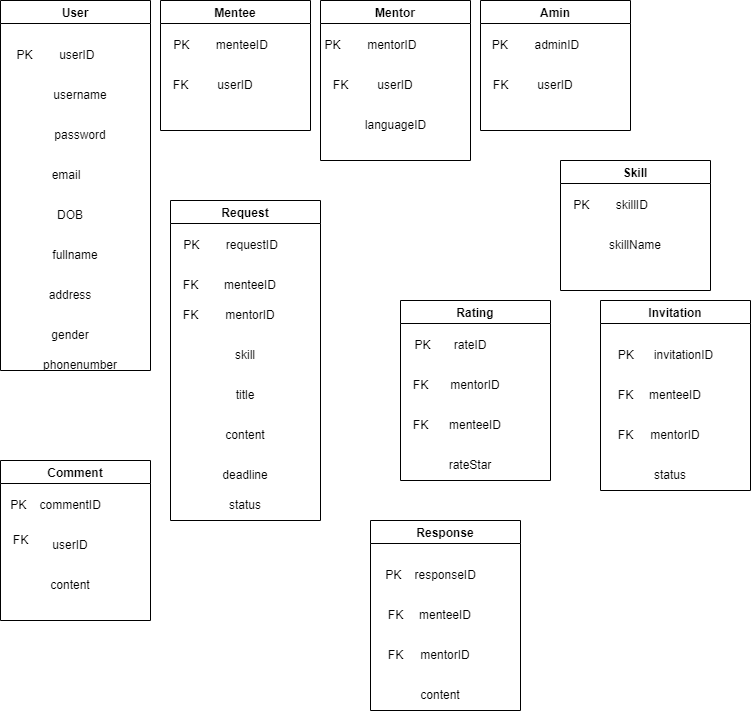
This is HappyProgramming_DB.drawio.png from dungdt23/SWP391_Document, a draw.io export, as it was before one commit. Source tidied: cells renumbered, new cells last; positions are measured from the earlier drawing's top-left corner, leaving out a move shared by most shapes.
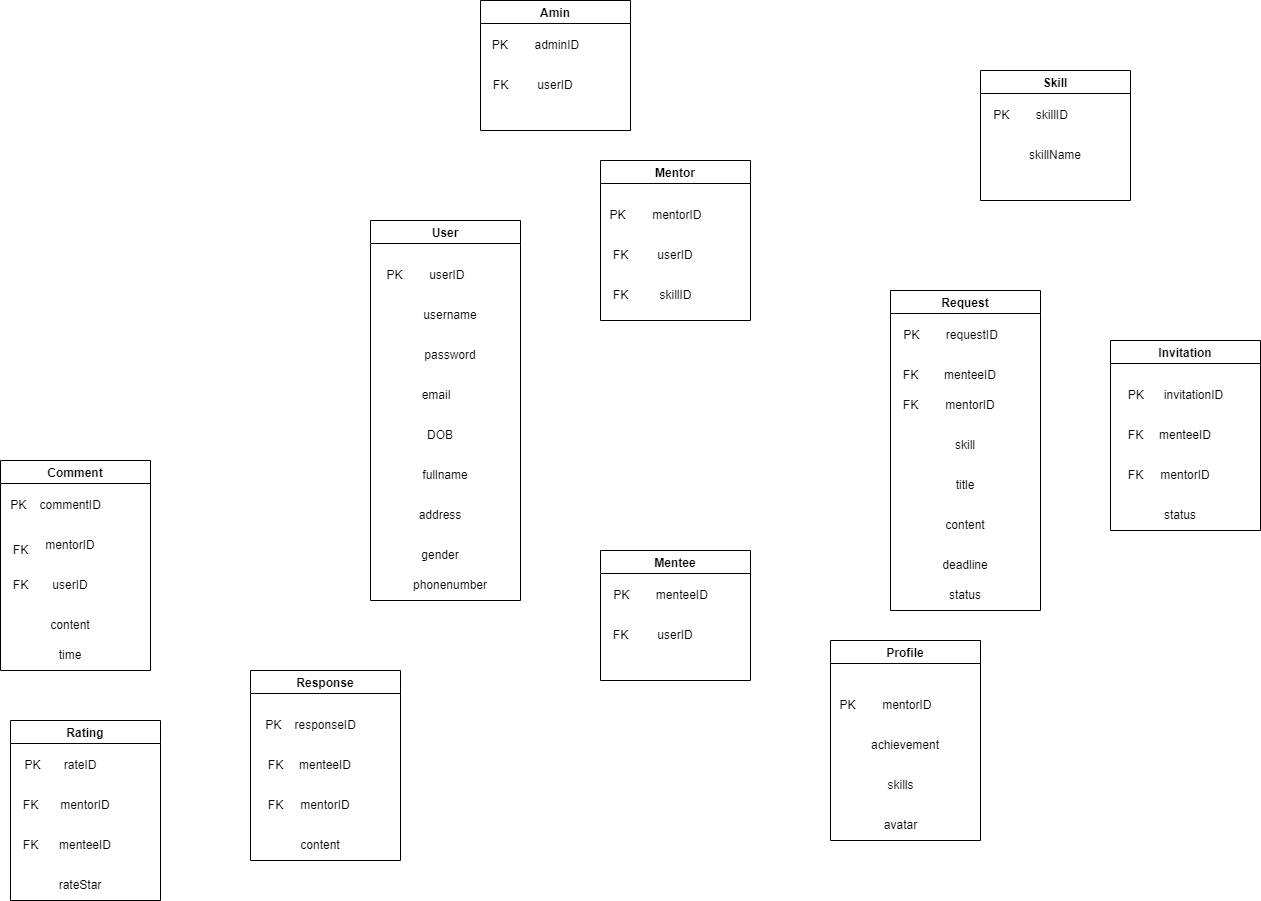
Above is the later version.

What changed in the source:
```diff
@@ -3,7 +3,7 @@
     <mxCell id="0" />
     <mxCell id="1" parent="0" />
     <mxCell id="2" value="User" style="swimlane;" parent="1" vertex="1">
-      <mxGeometry width="150" height="370" as="geometry" />
+      <mxGeometry x="370" y="220" width="150" height="380" as="geometry" />
     </mxCell>
     <mxCell id="3" value="PK&amp;nbsp;&amp;nbsp;&amp;nbsp;&amp;nbsp;&amp;nbsp;&amp;nbsp;&amp;nbsp; userID" style="text;html=1;align=center;verticalAlign=middle;strokeColor=none;fillColor=none;" parent="2" vertex="1">
       <mxGeometry x="5" y="40" width="100" height="30" as="geometry" />
@@ -45,7 +45,7 @@
       <mxGeometry y="70" width="40" height="30" as="geometry" />
     </mxCell>
     <mxCell id="16" value="Mentee" style="swimlane;" parent="1" vertex="1">
-      <mxGeometry x="160" width="150" height="130" as="geometry" />
+      <mxGeometry x="600" y="550" width="150" height="130" as="geometry" />
     </mxCell>
     <mxCell id="17" value="PK&amp;nbsp;&amp;nbsp;&amp;nbsp;&amp;nbsp;&amp;nbsp;&amp;nbsp;&amp;nbsp; menteeID" style="text;html=1;align=center;verticalAlign=middle;strokeColor=none;fillColor=none;" parent="16" vertex="1">
       <mxGeometry y="30" width="120" height="30" as="geometry" />
@@ -57,22 +57,25 @@
       <mxGeometry y="70" width="40" height="30" as="geometry" />
     </mxCell>
     <mxCell id="20" value="Mentor" style="swimlane;" parent="1" vertex="1">
-      <mxGeometry x="320" width="150" height="160" as="geometry" />
+      <mxGeometry x="600" y="160" width="150" height="160" as="geometry" />
     </mxCell>
     <mxCell id="21" value="PK&amp;nbsp;&amp;nbsp;&amp;nbsp;&amp;nbsp;&amp;nbsp;&amp;nbsp;&amp;nbsp; mentorID" style="text;html=1;align=center;verticalAlign=middle;strokeColor=none;fillColor=none;" parent="20" vertex="1">
-      <mxGeometry x="-5" y="30" width="110" height="30" as="geometry" />
+      <mxGeometry y="40" width="110" height="30" as="geometry" />
     </mxCell>
     <mxCell id="22" value="userID" style="text;html=1;strokeColor=none;fillColor=none;align=center;verticalAlign=middle;whiteSpace=wrap;rounded=0;" parent="20" vertex="1">
-      <mxGeometry x="45" y="70" width="60" height="30" as="geometry" />
+      <mxGeometry x="45" y="80" width="60" height="30" as="geometry" />
     </mxCell>
     <mxCell id="23" value="FK" style="text;html=1;align=center;verticalAlign=middle;strokeColor=none;fillColor=none;" parent="20" vertex="1">
-      <mxGeometry y="70" width="40" height="30" as="geometry" />
+      <mxGeometry y="80" width="40" height="30" as="geometry" />
     </mxCell>
-    <mxCell id="24" value="languageID" style="text;html=1;align=center;verticalAlign=middle;strokeColor=none;fillColor=none;" parent="20" vertex="1">
-      <mxGeometry x="30" y="110" width="90" height="30" as="geometry" />
+    <mxCell id="24" value="skillID" style="text;html=1;align=center;verticalAlign=middle;strokeColor=none;fillColor=none;" parent="20" vertex="1">
+      <mxGeometry x="45" y="120" width="60" height="30" as="geometry" />
     </mxCell>
+    <mxCell id="65" value="FK" style="text;html=1;align=center;verticalAlign=middle;strokeColor=none;fillColor=none;" parent="20" vertex="1">
+      <mxGeometry y="120" width="40" height="30" as="geometry" />
+    </mxCell>
     <mxCell id="25" value="Skill" style="swimlane;startSize=23;" parent="1" vertex="1">
-      <mxGeometry x="560" y="160" width="150" height="130" as="geometry" />
+      <mxGeometry x="980" y="70" width="150" height="130" as="geometry" />
     </mxCell>
     <mxCell id="26" value="PK&amp;nbsp; &amp;nbsp; &amp;nbsp; &amp;nbsp; skillID" style="text;html=1;align=center;verticalAlign=middle;strokeColor=none;fillColor=none;" parent="25" vertex="1">
       <mxGeometry y="30" width="100" height="30" as="geometry" />
@@ -81,7 +84,7 @@
       <mxGeometry x="45" y="70" width="60" height="30" as="geometry" />
     </mxCell>
     <mxCell id="28" value="Request" style="swimlane;" parent="1" vertex="1">
-      <mxGeometry x="170" y="200" width="150" height="320" as="geometry" />
+      <mxGeometry x="890" y="290" width="150" height="320" as="geometry" />
     </mxCell>
     <mxCell id="29" value="PK&amp;nbsp;&amp;nbsp;&amp;nbsp;&amp;nbsp;&amp;nbsp;&amp;nbsp;&amp;nbsp; requestID" style="text;html=1;align=center;verticalAlign=middle;strokeColor=none;fillColor=none;" parent="28" vertex="1">
       <mxGeometry y="30" width="120" height="30" as="geometry" />
@@ -114,7 +117,7 @@
       <mxGeometry x="45" y="140" width="60" height="30" as="geometry" />
     </mxCell>
     <mxCell id="39" value="Rating" style="swimlane;" parent="1" vertex="1">
-      <mxGeometry x="400" y="300" width="150" height="180" as="geometry" />
+      <mxGeometry x="10" y="720" width="150" height="180" as="geometry" />
     </mxCell>
     <mxCell id="40" value="PK&amp;nbsp;&amp;nbsp;&amp;nbsp;&amp;nbsp;&amp;nbsp;&amp;nbsp; rateID" style="text;html=1;align=center;verticalAlign=middle;strokeColor=none;fillColor=none;" parent="39" vertex="1">
       <mxGeometry x="5" y="30" width="90" height="30" as="geometry" />
@@ -135,7 +138,7 @@
       <mxGeometry x="40" y="150" width="60" height="30" as="geometry" />
     </mxCell>
     <mxCell id="46" value="Invitation" style="swimlane;" parent="1" vertex="1">
-      <mxGeometry x="600" y="300" width="150" height="190" as="geometry" />
+      <mxGeometry x="1110" y="340" width="150" height="190" as="geometry" />
     </mxCell>
     <mxCell id="47" value="PK&amp;nbsp; &amp;nbsp; &amp;nbsp; invitationID" style="text;html=1;align=center;verticalAlign=middle;strokeColor=none;fillColor=none;" parent="46" vertex="1">
       <mxGeometry x="5" y="40" width="120" height="30" as="geometry" />
@@ -156,7 +159,7 @@
       <mxGeometry x="40" y="160" width="60" height="30" as="geometry" />
     </mxCell>
     <mxCell id="53" value="Response" style="swimlane;" parent="1" vertex="1">
-      <mxGeometry x="370" y="520" width="150" height="190" as="geometry" />
+      <mxGeometry x="250" y="670" width="150" height="190" as="geometry" />
     </mxCell>
     <mxCell id="54" value="PK&amp;nbsp; &amp;nbsp; responseID" style="text;html=1;align=center;verticalAlign=middle;strokeColor=none;fillColor=none;" parent="53" vertex="1">
       <mxGeometry x="5" y="40" width="110" height="30" as="geometry" />
@@ -177,19 +180,43 @@
       <mxGeometry x="40" y="160" width="60" height="30" as="geometry" />
     </mxCell>
     <mxCell id="60" value="Comment" style="swimlane;" parent="1" vertex="1">
-      <mxGeometry y="460" width="150" height="160" as="geometry" />
+      <mxGeometry y="460" width="150" height="210" as="geometry" />
     </mxCell>
     <mxCell id="61" value="PK&amp;nbsp; &amp;nbsp; commentID" style="text;html=1;align=center;verticalAlign=middle;strokeColor=none;fillColor=none;" parent="60" vertex="1">
       <mxGeometry y="30" width="110" height="30" as="geometry" />
     </mxCell>
-    <mxCell id="62" value="userID" style="text;html=1;strokeColor=none;fillColor=none;align=center;verticalAlign=middle;whiteSpace=wrap;rounded=0;" parent="60" vertex="1">
+    <mxCell id="62" value="mentorID" style="text;html=1;strokeColor=none;fillColor=none;align=center;verticalAlign=middle;whiteSpace=wrap;rounded=0;" parent="60" vertex="1">
       <mxGeometry x="40" y="70" width="60" height="30" as="geometry" />
     </mxCell>
     <mxCell id="63" value="FK" style="text;html=1;align=center;verticalAlign=middle;strokeColor=none;fillColor=none;" parent="60" vertex="1">
-      <mxGeometry y="65" width="40" height="30" as="geometry" />
+      <mxGeometry y="75" width="40" height="30" as="geometry" />
     </mxCell>
-    <mxCell id="64" value="content" style="text;html=1;strokeColor=none;fillColor=none;align=center;verticalAlign=middle;whiteSpace=wrap;rounded=0;" parent="60" vertex="1">
+    <mxCell id="64" value="userID" style="text;html=1;strokeColor=none;fillColor=none;align=center;verticalAlign=middle;whiteSpace=wrap;rounded=0;" parent="60" vertex="1">
       <mxGeometry x="40" y="110" width="60" height="30" as="geometry" />
     </mxCell>
+    <mxCell id="66" value="FK" style="text;html=1;align=center;verticalAlign=middle;strokeColor=none;fillColor=none;" parent="60" vertex="1">
+      <mxGeometry y="110" width="40" height="30" as="geometry" />
+    </mxCell>
+    <mxCell id="67" value="content" style="text;html=1;strokeColor=none;fillColor=none;align=center;verticalAlign=middle;whiteSpace=wrap;rounded=0;" parent="60" vertex="1">
+      <mxGeometry x="40" y="150" width="60" height="30" as="geometry" />
+    </mxCell>
+    <mxCell id="68" value="time" style="text;html=1;strokeColor=none;fillColor=none;align=center;verticalAlign=middle;whiteSpace=wrap;rounded=0;" parent="60" vertex="1">
+      <mxGeometry x="40" y="180" width="60" height="30" as="geometry" />
+    </mxCell>
+    <mxCell id="69" value="Profile" style="swimlane;" parent="1" vertex="1">
+      <mxGeometry x="830" y="640" width="150" height="200" as="geometry" />
+    </mxCell>
+    <mxCell id="70" value="PK&amp;nbsp;&amp;nbsp;&amp;nbsp;&amp;nbsp;&amp;nbsp;&amp;nbsp;&amp;nbsp; mentorID" style="text;html=1;align=center;verticalAlign=middle;strokeColor=none;fillColor=none;" parent="69" vertex="1">
+      <mxGeometry y="50" width="110" height="30" as="geometry" />
+    </mxCell>
+    <mxCell id="71" value="achievement" style="text;html=1;strokeColor=none;fillColor=none;align=center;verticalAlign=middle;whiteSpace=wrap;rounded=0;" parent="69" vertex="1">
+      <mxGeometry x="45" y="90" width="60" height="30" as="geometry" />
+    </mxCell>
+    <mxCell id="72" value="skills" style="text;html=1;align=center;verticalAlign=middle;strokeColor=none;fillColor=none;" parent="69" vertex="1">
+      <mxGeometry x="45" y="130" width="50" height="30" as="geometry" />
+    </mxCell>
+    <mxCell id="73" value="avatar" style="text;html=1;align=center;verticalAlign=middle;strokeColor=none;fillColor=none;" parent="69" vertex="1">
+      <mxGeometry x="40" y="170" width="60" height="30" as="geometry" />
+    </mxCell>
   </root>
 </mxGraphModel>
```
